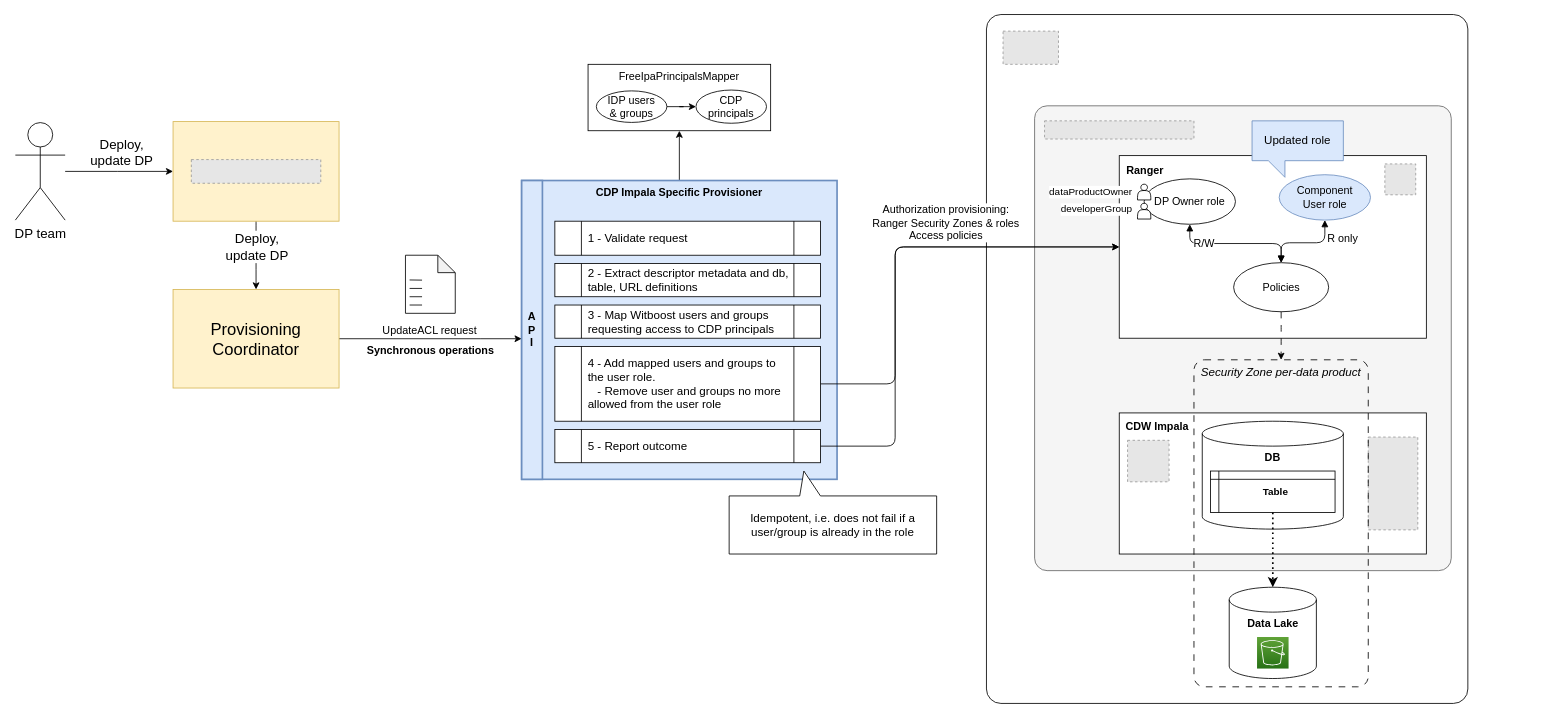
Before: page "OP - Update ACL" (3 of 8) of docs/hld.drawio in agile-lab-dev/witboost-cdp-impala-specific-provisioner, a draw.io diagram. Source tidied: cells renumbered, new cells numbered last; positions are measured from the earlier drawing's top-left corner, leaving out a move shared by most shapes. Both pictures are drawn from the tidied source at 83%, with x=0, y=0 at pixel (15, 14). Pictures stored in the file or linked from it are replaced by grey dashed boxes.
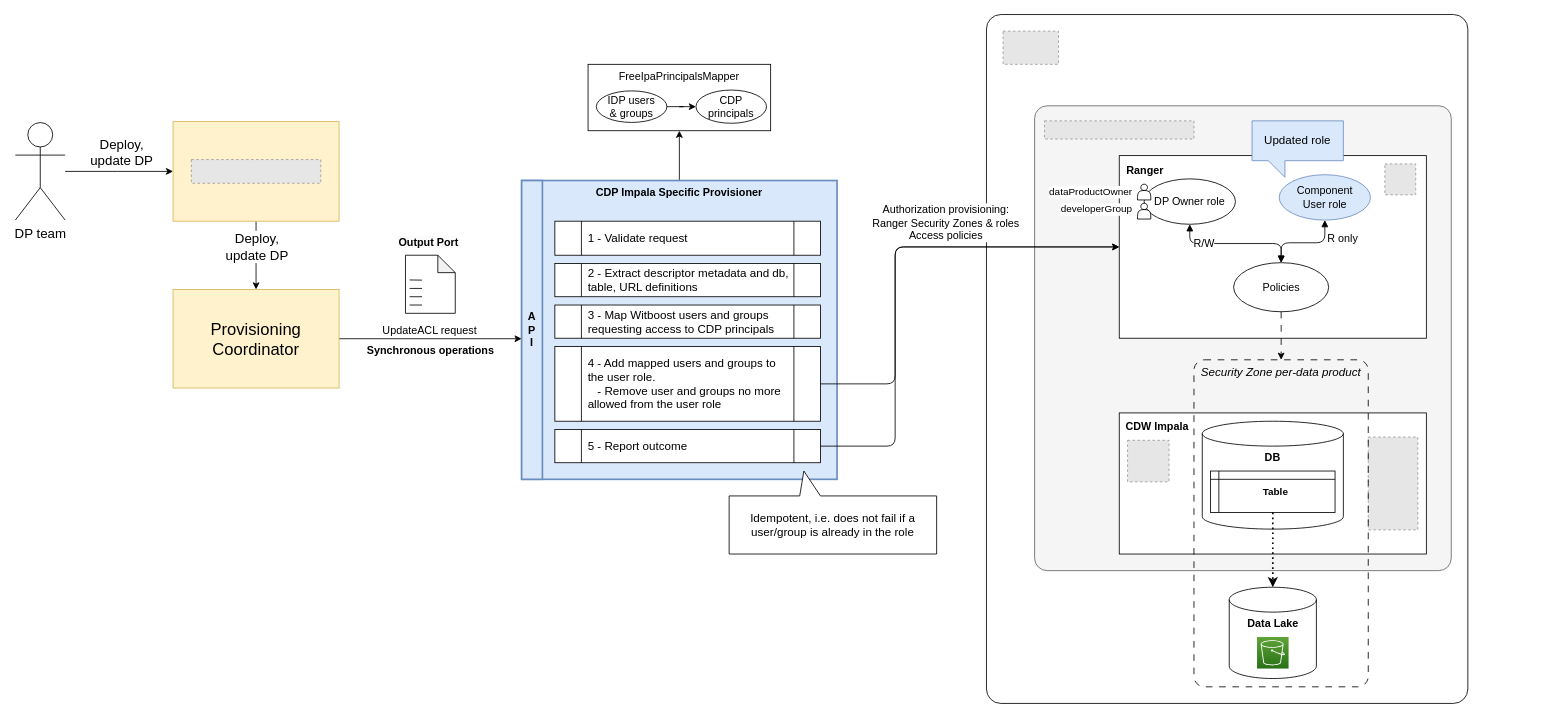
Above is the later version.

Change to the diagram source:
```diff
@@
+    <mxCell id="65" value="&lt;b style=&quot;border-color: var(--border-color); color: rgb(0, 0, 0); font-family: Helvetica; font-size: 13px; font-style: normal; font-variant-ligatures: normal; font-variant-caps: normal; letter-spacing: normal; orphans: 2; text-align: left; text-indent: 0px; text-transform: none; widows: 2; word-spacing: 0px; -webkit-text-stroke-width: 0px; background-color: rgb(251, 251, 251); text-decoration-thickness: initial; text-decoration-style: initial; text-decoration-color: initial;&quot;&gt;Output Port&lt;br style=&quot;border-color: var(--border-color);&quot;&gt;&lt;/b&gt;" style="text;whiteSpace=wrap;html=1;" parent="1" vertex="1">
+      <mxGeometry x="460" y="260" width="110" height="40" as="geometry" />
+    </mxCell>
```
